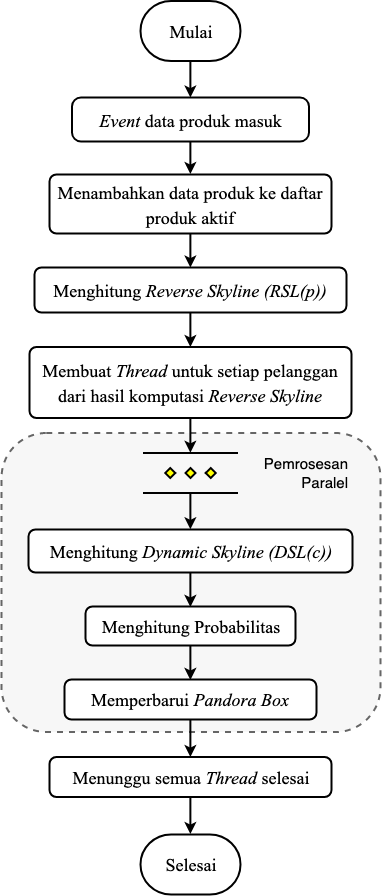
The draw.io diagram buku/assets/img/bab3/flowchart-pi.png in mocatfrio/thesis-code, before a commit. Source tidied: cells renumbered, new cells last; positions are measured from the earlier drawing's top-left corner, leaving out a move shared by most shapes.
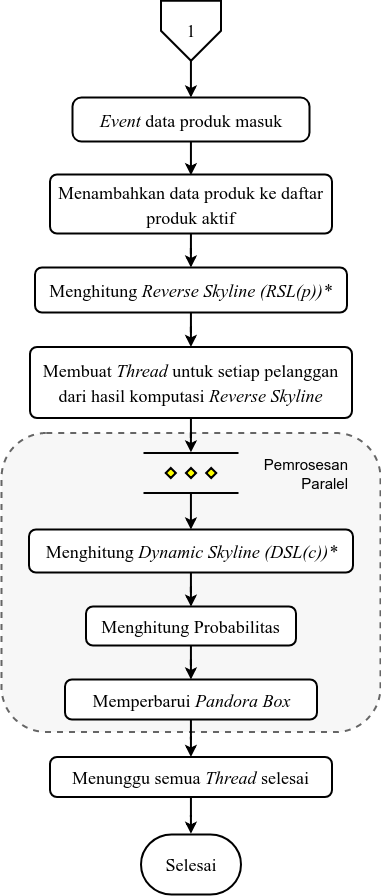
After the commit.

Diff of the diagram source:
```diff
@@ -3,76 +3,88 @@
     <mxCell id="0" />
     <mxCell id="1" parent="0" />
     <mxCell id="2" style="group;" parent="1" vertex="1">
-      <mxGeometry y="-0.5" width="379" height="893.5" as="geometry" />
+      <mxGeometry y="-0.5" width="379" height="893.7" as="geometry" />
     </mxCell>
-    <mxCell id="3" style="rounded=1;whiteSpace=wrap;html=1;fontFamily=Times New Roman;fontSize=21;fillColor=#F7F7F7;dashed=1;strokeColor=#666666;fontColor=#333333;strokeWidth=2;" parent="2" vertex="1">
-      <mxGeometry y="432" width="379" height="299" as="geometry" />
+    <mxCell id="3" style="group;" parent="2" vertex="1">
+      <mxGeometry width="379" height="893.7" as="geometry" />
     </mxCell>
-    <mxCell id="4" value="&lt;font style=&quot;font-size: 18px&quot;&gt;Mulai&lt;/font&gt;&lt;br&gt;" style="strokeWidth=2;html=1;shape=mxgraph.flowchart.terminator;whiteSpace=wrap;fontFamily=Times New Roman;fontSize=31;verticalAlign=top;" parent="2" vertex="1">
-      <mxGeometry x="139" width="100" height="60" as="geometry" />
+    <mxCell id="4" style="group;" parent="3" vertex="1">
+      <mxGeometry width="379" height="893.7" as="geometry" />
     </mxCell>
-    <mxCell id="5" value="&lt;span&gt;&lt;font style=&quot;font-size: 18px&quot;&gt;Menambahkan data produk ke daftar produk aktif&lt;/font&gt;&lt;/span&gt;&lt;br&gt;" style="rounded=1;whiteSpace=wrap;html=1;absoluteArcSize=1;arcSize=14;strokeWidth=2;fontFamily=Times New Roman;fontSize=21;" parent="2" vertex="1">
-      <mxGeometry x="48" y="173.5" width="282" height="59" as="geometry" />
+    <mxCell id="5" style="rounded=1;whiteSpace=wrap;html=1;fontFamily=Times New Roman;fontSize=21;fillColor=#F7F7F7;dashed=1;strokeColor=#666666;fontColor=#333333;strokeWidth=2;" parent="4" vertex="1">
+      <mxGeometry y="432.2" width="379" height="299" as="geometry" />
     </mxCell>
-    <mxCell id="6" value="&lt;font style=&quot;font-size: 18px&quot;&gt;Menghitung &lt;i&gt;Reverse Skyline (RSL(p))&lt;/i&gt;&lt;/font&gt;&lt;br&gt;" style="rounded=1;whiteSpace=wrap;html=1;absoluteArcSize=1;arcSize=14;strokeWidth=2;fontFamily=Times New Roman;fontSize=21;" parent="2" vertex="1">
-      <mxGeometry x="33" y="266.5" width="312" height="45" as="geometry" />
+    <mxCell id="6" value="&lt;span&gt;&lt;font style=&quot;font-size: 18px&quot;&gt;Menambahkan data produk ke daftar produk aktif&lt;/font&gt;&lt;/span&gt;&lt;br&gt;" style="rounded=1;whiteSpace=wrap;html=1;absoluteArcSize=1;arcSize=14;strokeWidth=2;fontFamily=Times New Roman;fontSize=21;" parent="4" vertex="1">
+      <mxGeometry x="48.5" y="173.7" width="282" height="59" as="geometry" />
     </mxCell>
-    <mxCell id="7" style="edgeStyle=orthogonalEdgeStyle;rounded=0;jettySize=auto;html=1;strokeWidth=2;" parent="2" edge="1" source="5" target="6">
-      <mxGeometry relative="1" as="geometry" />
+    <mxCell id="7" value="&lt;font style=&quot;font-size: 18px&quot;&gt;Menghitung &lt;i&gt;Reverse Skyline (RSL(p))*&lt;/i&gt;&lt;/font&gt;&lt;br&gt;" style="rounded=1;whiteSpace=wrap;html=1;absoluteArcSize=1;arcSize=14;strokeWidth=2;fontFamily=Times New Roman;fontSize=21;" parent="4" vertex="1">
+      <mxGeometry x="33.5" y="266.7" width="312" height="45" as="geometry" />
     </mxCell>
-    <mxCell id="8" value="&lt;span style=&quot;font-size: 18px&quot;&gt;Membuat &lt;i&gt;Thread &lt;/i&gt;untuk setiap pelanggan dari hasil komputasi&amp;nbsp;&lt;i&gt;Reverse Skyline&lt;/i&gt;&lt;/span&gt;" style="rounded=1;whiteSpace=wrap;html=1;absoluteArcSize=1;arcSize=14;strokeWidth=2;fontFamily=Times New Roman;fontSize=21;" parent="2" vertex="1">
-      <mxGeometry x="28" y="346" width="322" height="71" as="geometry" />
+    <mxCell id="8" style="edgeStyle=orthogonalEdgeStyle;rounded=0;jettySize=auto;html=1;strokeWidth=2;" parent="4" edge="1" source="6" target="7">
+      <mxGeometry relative="1" as="geometry" />
     </mxCell>
-    <mxCell id="9" style="edgeStyle=orthogonalEdgeStyle;rounded=0;jettySize=auto;html=1;strokeWidth=2;" parent="2" edge="1" source="6" target="8">
-      <mxGeometry relative="1" as="geometry" />
+    <mxCell id="9" value="&lt;span style=&quot;font-size: 18px&quot;&gt;Membuat &lt;i&gt;Thread &lt;/i&gt;untuk setiap pelanggan dari hasil komputasi&amp;nbsp;&lt;i&gt;Reverse Skyline&lt;/i&gt;&lt;/span&gt;" style="rounded=1;whiteSpace=wrap;html=1;absoluteArcSize=1;arcSize=14;strokeWidth=2;fontFamily=Times New Roman;fontSize=21;" parent="4" vertex="1">
+      <mxGeometry x="28.5" y="346.2" width="322" height="71" as="geometry" />
     </mxCell>
-    <mxCell id="10" value="&lt;font style=&quot;font-size: 18px&quot;&gt;Selesai&lt;/font&gt;&lt;br&gt;" style="strokeWidth=2;html=1;shape=mxgraph.flowchart.terminator;whiteSpace=wrap;fontFamily=Times New Roman;fontSize=31;verticalAlign=top;" parent="2" vertex="1">
-      <mxGeometry x="139" y="833.5" width="100" height="60" as="geometry" />
+    <mxCell id="10" style="edgeStyle=orthogonalEdgeStyle;rounded=0;jettySize=auto;html=1;strokeWidth=2;" parent="4" edge="1" source="7" target="9">
+      <mxGeometry relative="1" as="geometry" />
     </mxCell>
-    <mxCell id="11" style="edgeStyle=orthogonalEdgeStyle;rounded=0;jettySize=auto;html=1;entryX=0.5;entryY=0;entryDx=0;entryDy=0;strokeWidth=2;" parent="2" edge="1" source="12" target="5">
-      <mxGeometry relative="1" as="geometry" />
+    <mxCell id="11" value="&lt;font style=&quot;font-size: 18px&quot;&gt;Selesai&lt;/font&gt;&lt;br&gt;" style="strokeWidth=2;html=1;shape=mxgraph.flowchart.terminator;whiteSpace=wrap;fontFamily=Times New Roman;fontSize=31;verticalAlign=top;" parent="4" vertex="1">
+      <mxGeometry x="139.5" y="833.7" width="100" height="60" as="geometry" />
     </mxCell>
-    <mxCell id="12" value="&lt;span style=&quot;font-size: 18px&quot;&gt;&lt;i&gt;Event &lt;/i&gt;data produk masuk&lt;/span&gt;" style="rounded=1;whiteSpace=wrap;html=1;absoluteArcSize=1;arcSize=18;strokeWidth=2;fontFamily=Times New Roman;fontSize=21;" parent="2" vertex="1">
-      <mxGeometry x="70.5" y="96.5" width="237" height="44" as="geometry" />
+    <mxCell id="12" style="edgeStyle=orthogonalEdgeStyle;rounded=0;jettySize=auto;html=1;entryX=0.5;entryY=0;entryDx=0;entryDy=0;strokeWidth=2;" parent="4" edge="1" source="13" target="6">
+      <mxGeometry relative="1" as="geometry" />
     </mxCell>
-    <mxCell id="13" style="edgeStyle=orthogonalEdgeStyle;rounded=0;jettySize=auto;html=1;strokeWidth=2;" parent="2" edge="1" source="4" target="12">
-      <mxGeometry relative="1" as="geometry" />
+    <mxCell id="13" value="&lt;span style=&quot;font-size: 18px&quot;&gt;&lt;i&gt;Event &lt;/i&gt;data produk masuk&lt;/span&gt;" style="rounded=1;whiteSpace=wrap;html=1;absoluteArcSize=1;arcSize=18;strokeWidth=2;fontFamily=Times New Roman;fontSize=21;" parent="4" vertex="1">
+      <mxGeometry x="71" y="96.7" width="237" height="44" as="geometry" />
     </mxCell>
-    <mxCell id="14" style="verticalLabelPosition=bottom;verticalAlign=top;html=1;strokeWidth=2;shape=mxgraph.flowchart.parallel_mode;rounded=1;" parent="2" vertex="1">
-      <mxGeometry x="141.5" y="452" width="95" height="40" as="geometry" />
+    <mxCell id="14" style="edgeStyle=orthogonalEdgeStyle;rounded=0;jettySize=auto;html=1;strokeWidth=2;exitX=0.5;exitY=1;exitDx=0;exitDy=0;" parent="4" edge="1" source="28" target="13">
+      <mxGeometry relative="1" as="geometry" />
     </mxCell>
-    <mxCell id="15" style="edgeStyle=orthogonalEdgeStyle;rounded=0;jettySize=auto;html=1;entryX=0.5;entryY=0;entryDx=0;entryDy=0;entryPerimeter=0;strokeWidth=2;" parent="2" edge="1" source="8" target="14">
-      <mxGeometry relative="1" as="geometry" />
+    <mxCell id="15" style="verticalLabelPosition=bottom;verticalAlign=top;html=1;strokeWidth=2;shape=mxgraph.flowchart.parallel_mode;rounded=1;" parent="4" vertex="1">
+      <mxGeometry x="142" y="452.2" width="95" height="40" as="geometry" />
     </mxCell>
-    <mxCell id="16" value="&lt;span style=&quot;font-size: 18px&quot;&gt;Menghitung &lt;i&gt;Dynamic Skyline (DSL(c))&lt;/i&gt;&lt;/span&gt;&lt;br&gt;" style="rounded=1;whiteSpace=wrap;html=1;absoluteArcSize=1;arcSize=14;strokeWidth=2;fontFamily=Times New Roman;fontSize=21;" parent="2" vertex="1">
-      <mxGeometry x="27" y="528.5" width="324" height="43" as="geometry" />
+    <mxCell id="16" style="edgeStyle=orthogonalEdgeStyle;rounded=0;jettySize=auto;html=1;entryX=0.5;entryY=0;entryDx=0;entryDy=0;entryPerimeter=0;strokeWidth=2;" parent="4" edge="1" source="9" target="15">
+      <mxGeometry relative="1" as="geometry" />
     </mxCell>
-    <mxCell id="17" style="edgeStyle=orthogonalEdgeStyle;rounded=0;jettySize=auto;html=1;entryX=0.5;entryY=0;entryDx=0;entryDy=0;strokeWidth=2;" parent="2" edge="1" source="14" target="16">
-      <mxGeometry relative="1" as="geometry" />
+    <mxCell id="17" value="&lt;span style=&quot;font-size: 18px&quot;&gt;Menghitung &lt;i&gt;Dynamic Skyline (DSL(c))*&lt;/i&gt;&lt;/span&gt;&lt;br&gt;" style="rounded=1;whiteSpace=wrap;html=1;absoluteArcSize=1;arcSize=14;strokeWidth=2;fontFamily=Times New Roman;fontSize=21;" parent="4" vertex="1">
+      <mxGeometry x="27.5" y="528.7" width="324" height="43" as="geometry" />
     </mxCell>
-    <mxCell id="18" value="&lt;span style=&quot;font-size: 18px&quot;&gt;Menghitung&amp;nbsp;Probabilitas&lt;/span&gt;" style="rounded=1;whiteSpace=wrap;html=1;absoluteArcSize=1;arcSize=14;strokeWidth=2;fontFamily=Times New Roman;fontSize=21;" parent="2" vertex="1">
-      <mxGeometry x="84" y="605.5" width="210" height="39" as="geometry" />
+    <mxCell id="18" style="edgeStyle=orthogonalEdgeStyle;rounded=0;jettySize=auto;html=1;entryX=0.5;entryY=0;entryDx=0;entryDy=0;strokeWidth=2;" parent="4" edge="1" source="15" target="17">
+      <mxGeometry relative="1" as="geometry" />
     </mxCell>
-    <mxCell id="19" style="edgeStyle=orthogonalEdgeStyle;rounded=0;jettySize=auto;html=1;entryX=0.5;entryY=0;entryDx=0;entryDy=0;strokeWidth=2;" parent="2" edge="1" source="16" target="18">
-      <mxGeometry relative="1" as="geometry" />
+    <mxCell id="19" value="&lt;span style=&quot;font-size: 18px&quot;&gt;Menghitung&amp;nbsp;Probabilitas&lt;/span&gt;" style="rounded=1;whiteSpace=wrap;html=1;absoluteArcSize=1;arcSize=14;strokeWidth=2;fontFamily=Times New Roman;fontSize=21;" parent="4" vertex="1">
+      <mxGeometry x="84.5" y="605.7" width="210" height="39" as="geometry" />
     </mxCell>
-    <mxCell id="20" value="&lt;span style=&quot;font-size: 18px&quot;&gt;Memperbarui&amp;nbsp;&lt;i&gt;Pandora Box&lt;/i&gt;&lt;/span&gt;&lt;br&gt;" style="rounded=1;whiteSpace=wrap;html=1;absoluteArcSize=1;arcSize=14;strokeWidth=2;fontFamily=Times New Roman;fontSize=21;" parent="2" vertex="1">
-      <mxGeometry x="63" y="678.5" width="252" height="40" as="geometry" />
+    <mxCell id="20" style="edgeStyle=orthogonalEdgeStyle;rounded=0;jettySize=auto;html=1;entryX=0.5;entryY=0;entryDx=0;entryDy=0;strokeWidth=2;" parent="4" edge="1" source="17" target="19">
+      <mxGeometry relative="1" as="geometry" />
     </mxCell>
-    <mxCell id="21" style="edgeStyle=orthogonalEdgeStyle;rounded=0;jettySize=auto;html=1;entryX=0.5;entryY=0;entryDx=0;entryDy=0;strokeWidth=2;" parent="2" edge="1" source="18" target="20">
-      <mxGeometry relative="1" as="geometry" />
+    <mxCell id="21" value="&lt;span style=&quot;font-size: 18px&quot;&gt;Memperbarui&amp;nbsp;&lt;i&gt;Pandora Box&lt;/i&gt;&lt;/span&gt;&lt;br&gt;" style="rounded=1;whiteSpace=wrap;html=1;absoluteArcSize=1;arcSize=14;strokeWidth=2;fontFamily=Times New Roman;fontSize=21;" parent="4" vertex="1">
+      <mxGeometry x="63.5" y="678.7" width="252" height="40" as="geometry" />
     </mxCell>
-    <mxCell id="22" style="edgeStyle=orthogonalEdgeStyle;rounded=0;jettySize=auto;html=1;entryX=0.5;entryY=0;entryDx=0;entryDy=0;entryPerimeter=0;strokeWidth=2;" parent="2" edge="1" source="23" target="10">
+    <mxCell id="22" style="edgeStyle=orthogonalEdgeStyle;rounded=0;jettySize=auto;html=1;entryX=0.5;entryY=0;entryDx=0;entryDy=0;strokeWidth=2;" parent="4" edge="1" source="19" target="21">
       <mxGeometry relative="1" as="geometry" />
     </mxCell>
-    <mxCell id="23" value="&lt;span style=&quot;font-size: 18px&quot;&gt;Menunggu semua &lt;i&gt;Thread&lt;/i&gt; selesai&lt;/span&gt;&lt;br&gt;" style="rounded=1;whiteSpace=wrap;html=1;absoluteArcSize=1;arcSize=14;strokeWidth=2;fontFamily=Times New Roman;fontSize=21;" parent="2" vertex="1">
-      <mxGeometry x="48" y="756" width="282" height="40" as="geometry" />
+    <mxCell id="23" style="edgeStyle=orthogonalEdgeStyle;rounded=0;jettySize=auto;html=1;entryX=0.5;entryY=0;entryDx=0;entryDy=0;entryPerimeter=0;strokeWidth=2;" parent="4" edge="1" source="24" target="11">
+      <mxGeometry relative="1" as="geometry" />
     </mxCell>
-    <mxCell id="24" style="edgeStyle=orthogonalEdgeStyle;rounded=0;jettySize=auto;html=1;strokeWidth=2;" parent="2" edge="1" source="20" target="23">
-      <mxGeometry relative="1" as="geometry" />
+    <mxCell id="24" value="&lt;span style=&quot;font-size: 18px&quot;&gt;Menunggu semua &lt;i&gt;Thread&lt;/i&gt; selesai&lt;/span&gt;&lt;br&gt;" style="rounded=1;whiteSpace=wrap;html=1;absoluteArcSize=1;arcSize=14;strokeWidth=2;fontFamily=Times New Roman;fontSize=21;" parent="4" vertex="1">
+      <mxGeometry x="48.5" y="756.2" width="282" height="40" as="geometry" />
     </mxCell>
-    <mxCell id="25" value="&lt;font style=&quot;font-size: 15px&quot;&gt;Pemrosesan Paralel&lt;/font&gt;&lt;br style=&quot;font-size: 16px&quot;&gt;" style="text;html=1;strokeColor=none;fillColor=none;align=right;verticalAlign=middle;whiteSpace=wrap;rounded=0;fontSize=16;" parent="2" vertex="1">
-      <mxGeometry x="239" y="449" width="110" height="47" as="geometry" />
+    <mxCell id="25" style="edgeStyle=orthogonalEdgeStyle;rounded=0;jettySize=auto;html=1;strokeWidth=2;" parent="4" edge="1" source="21" target="24">
+      <mxGeometry relative="1" as="geometry" />
     </mxCell>
+    <mxCell id="26" value="&lt;font style=&quot;font-size: 15px&quot;&gt;Pemrosesan Paralel&lt;/font&gt;&lt;br style=&quot;font-size: 16px&quot;&gt;" style="text;html=1;strokeColor=none;fillColor=none;align=right;verticalAlign=middle;whiteSpace=wrap;rounded=0;fontSize=16;" parent="4" vertex="1">
+      <mxGeometry x="239" y="449.2" width="110" height="47" as="geometry" />
+    </mxCell>
+    <mxCell id="27" style="group;" parent="4" vertex="1">
+      <mxGeometry x="158.8" width="61.5" height="60" as="geometry" />
+    </mxCell>
+    <mxCell id="28" style="verticalLabelPosition=bottom;verticalAlign=top;html=1;strokeWidth=2;shape=offPageConnector;rounded=0;size=0.5;fillColor=#ffffff;" parent="27" vertex="1">
+      <mxGeometry x="0.8" width="60" height="60" as="geometry" />
+    </mxCell>
+    <mxCell id="29" value="&lt;font face=&quot;Times New Roman&quot;&gt;&lt;span style=&quot;font-size: 18px&quot;&gt;1&lt;/span&gt;&lt;/font&gt;" style="text;html=1;strokeColor=none;fillColor=none;align=center;verticalAlign=middle;whiteSpace=wrap;rounded=0;" parent="27" vertex="1">
+      <mxGeometry x="10.8" y="20" width="40" height="20" as="geometry" />
+    </mxCell>
   </root>
 </mxGraphModel>
```
